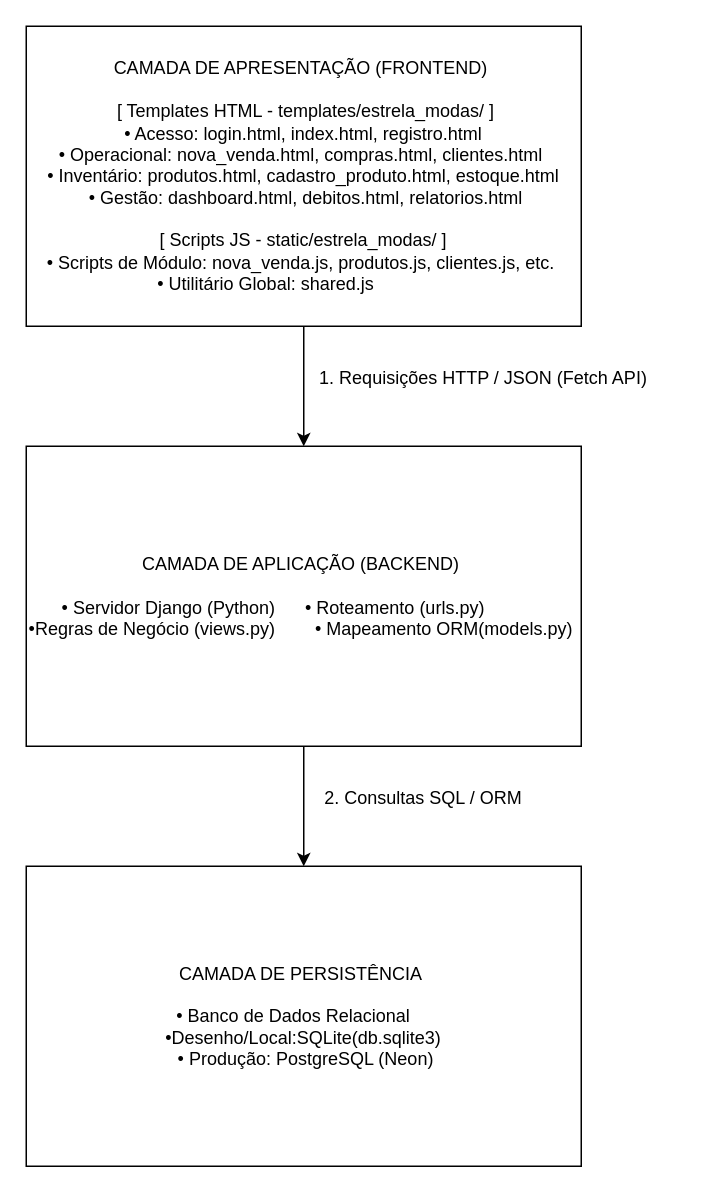
Earlier version of the draw.io diagram docs/arquitetura/arquitetura.drawio (anne-cgm/Sistema-de-Gestao-Comercial-Estrela-Modas). Source tidied: cells renumbered, new cells numbered last; positions are measured from the earlier drawing's top-left corner, leaving out a move shared by most shapes. Both pictures are drawn from the tidied source at 150%, with x=0, y=0 at pixel (26, 26).
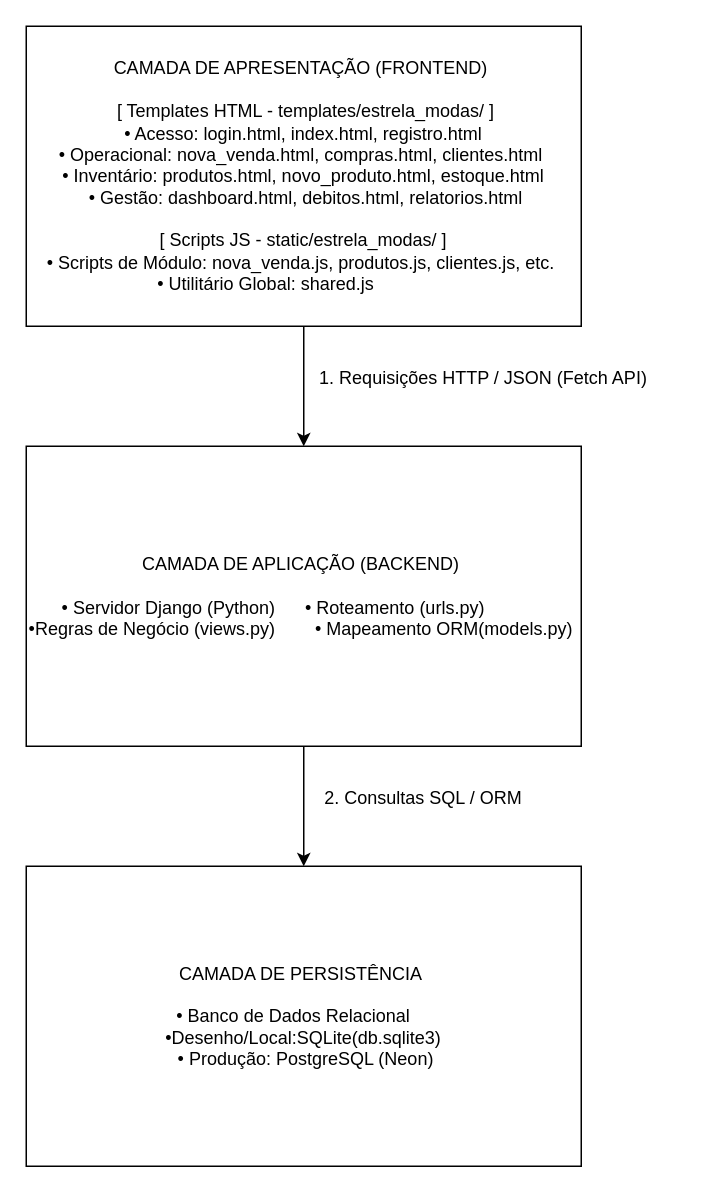
The same page after the edit.

Change to the diagram source:
```diff
@@
 <mxGraphModel>
   <root>
     <mxCell id="0" />
     <mxCell id="1" parent="0" />
-    <mxCell id="2" value="CAMADA DE APRESENTAÇÃO&lt;span style=&quot;background-color: transparent; color: light-dark(rgb(0, 0, 0), rgb(255, 255, 255));&quot;&gt;&amp;nbsp;(FRONTEND)&amp;nbsp;&lt;/span&gt;&lt;div&gt;&lt;br&gt;&lt;div&gt;&lt;span style=&quot;background-color: transparent; color: light-dark(rgb(0, 0, 0), rgb(255, 255, 255));&quot;&gt;&amp;nbsp;[ Templates HTML - templates/estrela_modas/ ]&lt;/span&gt;&lt;/div&gt;&lt;div&gt;&lt;span style=&quot;background-color: transparent; color: light-dark(rgb(0, 0, 0), rgb(255, 255, 255));&quot;&gt;&amp;nbsp;• Acesso: login.html, index.html, registro.html&amp;nbsp;&lt;/span&gt;&lt;/div&gt;&lt;div&gt;&lt;span style=&quot;background-color: transparent; color: light-dark(rgb(0, 0, 0), rgb(255, 255, 255));&quot;&gt;• Operacional: nova_venda.html, compras.html, clientes.html&amp;nbsp;&lt;/span&gt;&lt;/div&gt;&lt;div&gt;&lt;span style=&quot;background-color: transparent; color: light-dark(rgb(0, 0, 0), rgb(255, 255, 255));&quot;&gt;&amp;nbsp;• Inventário: produtos.html, cadastro_produto.html, estoque.html&amp;nbsp;&lt;/span&gt;&lt;/div&gt;&lt;div&gt;&lt;span style=&quot;background-color: transparent; color: light-dark(rgb(0, 0, 0), rgb(255, 255, 255));&quot;&gt;&amp;nbsp;• Gestão: dashboard.html, debitos.html, relatorios.html&lt;/span&gt;&lt;/div&gt;&lt;div&gt;&lt;span style=&quot;background-color: transparent; color: light-dark(rgb(0, 0, 0), rgb(255, 255, 255));&quot;&gt;&lt;br&gt;&lt;/span&gt;&lt;/div&gt;&lt;div&gt;&lt;span style=&quot;background-color: transparent; color: light-dark(rgb(0, 0, 0), rgb(255, 255, 255));&quot;&gt;&amp;nbsp;[ Scripts JS - static/estrela_modas/ ]&amp;nbsp;&lt;/span&gt;&lt;/div&gt;&lt;div&gt;&lt;span style=&quot;background-color: transparent; color: light-dark(rgb(0, 0, 0), rgb(255, 255, 255));&quot;&gt;• Scripts de Módulo: nova_venda.js, produtos.js, clientes.js, etc.&amp;nbsp;&lt;/span&gt;&lt;/div&gt;&lt;div&gt;&lt;span style=&quot;background-color: transparent; color: light-dark(rgb(0, 0, 0), rgb(255, 255, 255));&quot;&gt;• Utilitário Global: shared.js&amp;nbsp; &amp;nbsp; &amp;nbsp; &amp;nbsp; &amp;nbsp; &amp;nbsp; &amp;nbsp; &amp;nbsp;&lt;/span&gt;&lt;/div&gt;&lt;/div&gt;" style="rounded=0;whiteSpace=wrap;html=1;" parent="1" vertex="1">
+    <mxCell id="2" value="CAMADA DE APRESENTAÇÃO&lt;span style=&quot;background-color: transparent; color: light-dark(rgb(0, 0, 0), rgb(255, 255, 255));&quot;&gt;&amp;nbsp;(FRONTEND)&amp;nbsp;&lt;/span&gt;&lt;div&gt;&lt;br&gt;&lt;div&gt;&lt;span style=&quot;background-color: transparent; color: light-dark(rgb(0, 0, 0), rgb(255, 255, 255));&quot;&gt;&amp;nbsp;[ Templates HTML - templates/estrela_modas/ ]&lt;/span&gt;&lt;/div&gt;&lt;div&gt;&lt;span style=&quot;background-color: transparent; color: light-dark(rgb(0, 0, 0), rgb(255, 255, 255));&quot;&gt;&amp;nbsp;• Acesso: login.html, index.html, registro.html&amp;nbsp;&lt;/span&gt;&lt;/div&gt;&lt;div&gt;&lt;span style=&quot;background-color: transparent; color: light-dark(rgb(0, 0, 0), rgb(255, 255, 255));&quot;&gt;• Operacional: nova_venda.html, compras.html, clientes.html&amp;nbsp;&lt;/span&gt;&lt;/div&gt;&lt;div&gt;&lt;span style=&quot;background-color: transparent; color: light-dark(rgb(0, 0, 0), rgb(255, 255, 255));&quot;&gt;&amp;nbsp;• Inventário: produtos.html,         novo_produto.html, estoque.html&amp;nbsp;&lt;/span&gt;&lt;/div&gt;&lt;div&gt;&lt;span style=&quot;background-color: transparent; color: light-dark(rgb(0, 0, 0), rgb(255, 255, 255));&quot;&gt;&amp;nbsp;• Gestão: dashboard.html, debitos.html, relatorios.html&lt;/span&gt;&lt;/div&gt;&lt;div&gt;&lt;span style=&quot;background-color: transparent; color: light-dark(rgb(0, 0, 0), rgb(255, 255, 255));&quot;&gt;&lt;br&gt;&lt;/span&gt;&lt;/div&gt;&lt;div&gt;&lt;span style=&quot;background-color: transparent; color: light-dark(rgb(0, 0, 0), rgb(255, 255, 255));&quot;&gt;&amp;nbsp;[ Scripts JS - static/estrela_modas/ ]&amp;nbsp;&lt;/span&gt;&lt;/div&gt;&lt;div&gt;&lt;span style=&quot;background-color: transparent; color: light-dark(rgb(0, 0, 0), rgb(255, 255, 255));&quot;&gt;• Scripts de Módulo: nova_venda.js, produtos.js, clientes.js, etc.&amp;nbsp;&lt;/span&gt;&lt;/div&gt;&lt;div&gt;&lt;span style=&quot;background-color: transparent; color: light-dark(rgb(0, 0, 0), rgb(255, 255, 255));&quot;&gt;• Utilitário Global: shared.js&amp;nbsp; &amp;nbsp; &amp;nbsp; &amp;nbsp; &amp;nbsp; &amp;nbsp; &amp;nbsp; &amp;nbsp;&lt;/span&gt;&lt;/div&gt;&lt;/div&gt;" style="rounded=0;whiteSpace=wrap;html=1;" parent="1" vertex="1">
       <mxGeometry width="370" height="200" as="geometry" />
     </mxCell>
     <mxCell id="3" value="CAMADA DE PERSISTÊNCIA&amp;nbsp;&lt;div&gt;&lt;br&gt;&lt;/div&gt;&lt;div&gt;&amp;nbsp;&lt;span style=&quot;background-color: transparent; color: light-dark(rgb(0, 0, 0), rgb(255, 255, 255));&quot;&gt;•&lt;/span&gt;&lt;span style=&quot;background-color: transparent; color: light-dark(rgb(0, 0, 0), rgb(255, 255, 255));&quot;&gt; &lt;/span&gt;&lt;span style=&quot;background-color: transparent; color: light-dark(rgb(0, 0, 0), rgb(255, 255, 255));&quot;&gt;Banco de Dados Relacional&amp;nbsp; &amp;nbsp; &amp;nbsp; &amp;nbsp;•Desenho/Local:SQLite(db.sqlite3)&amp;nbsp;&lt;/span&gt;&lt;/div&gt;&lt;div&gt;&lt;span style=&quot;background-color: transparent; color: light-dark(rgb(0, 0, 0), rgb(255, 255, 255));&quot;&gt;&amp;nbsp;• Produção: PostgreSQL (Neon)&lt;/span&gt;&lt;/div&gt;" style="rounded=0;whiteSpace=wrap;html=1;" parent="1" vertex="1">
       <mxGeometry y="560" width="370" height="200" as="geometry" />
     </mxCell>
     <mxCell id="4" style="edgeStyle=orthogonalEdgeStyle;rounded=0;jettySize=auto;html=1;entryX=0.5;entryY=0;entryDx=0;entryDy=0;" parent="1" edge="1" source="5" target="3">
       <mxGeometry relative="1" as="geometry" />
     </mxCell>
     <mxCell id="5" value="CAMADA DE APLICAÇÃO (BACKEND)&amp;nbsp;&lt;div&gt;&lt;br&gt;&lt;/div&gt;&lt;div&gt;&amp;nbsp;&lt;span style=&quot;background-color: transparent; color: light-dark(rgb(0, 0, 0), rgb(255, 255, 255));&quot;&gt;•&lt;/span&gt;&lt;span style=&quot;background-color: transparent; color: light-dark(rgb(0, 0, 0), rgb(255, 255, 255));&quot;&gt; &lt;/span&gt;&lt;span style=&quot;background-color: transparent; color: light-dark(rgb(0, 0, 0), rgb(255, 255, 255));&quot;&gt;Servidor Django (Python)&amp;nbsp; &amp;nbsp; &amp;nbsp; • Roteamento (urls.py)&amp;nbsp; &amp;nbsp; &amp;nbsp; &amp;nbsp; &amp;nbsp; &amp;nbsp; &amp;nbsp; •Regras de Negócio (views.py)&amp;nbsp; &amp;nbsp; &amp;nbsp; &amp;nbsp; • Mapeamento ORM(models.py)&amp;nbsp;&lt;/span&gt;&lt;/div&gt;" style="rounded=0;whiteSpace=wrap;html=1;" parent="1" vertex="1">
       <mxGeometry y="280" width="370" height="200" as="geometry" />
     </mxCell>
     <mxCell id="6" style="endArrow=classic;html=1;rounded=0;exitX=0.5;exitY=1;exitDx=0;exitDy=0;entryX=0.5;entryY=0;entryDx=0;entryDy=0;" parent="1" edge="1" source="2" target="5">
       <mxGeometry relative="1" as="geometry" />
     </mxCell>
     <mxCell id="7" value=" 1. Requisições HTTP / JSON (Fetch API)" style="text;html=1;whiteSpace=wrap;strokeColor=none;fillColor=none;align=center;verticalAlign=middle;rounded=0;" parent="1" vertex="1">
       <mxGeometry x="170" y="220" width="270" height="30" as="geometry" />
     </mxCell>
     <mxCell id="8" value="2. Consultas SQL / ORM" style="text;html=1;whiteSpace=wrap;strokeColor=none;fillColor=none;align=center;verticalAlign=middle;rounded=0;" parent="1" vertex="1">
       <mxGeometry x="180" y="500" width="170" height="30" as="geometry" />
     </mxCell>
   </root>
 </mxGraphModel>
```
